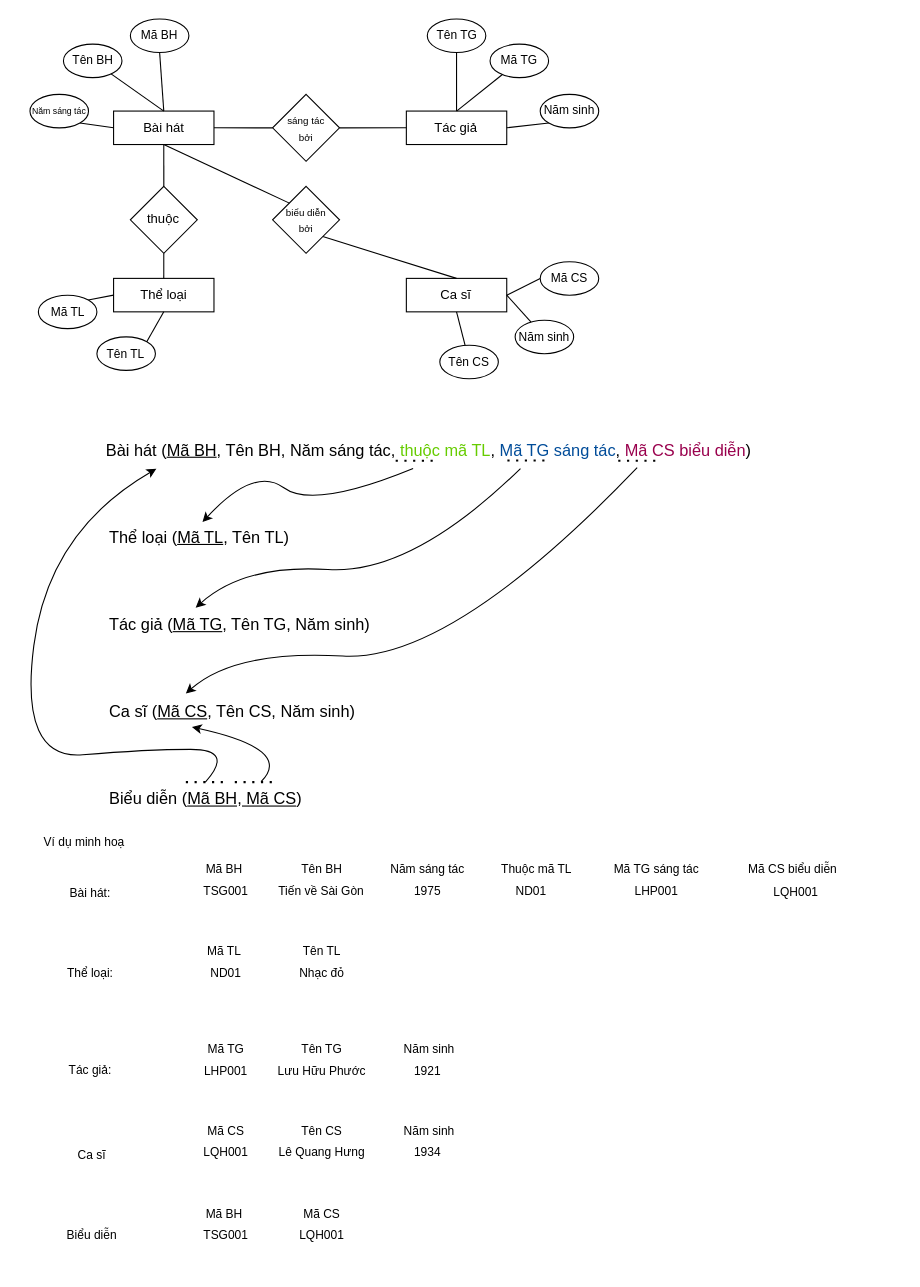
andytino/Documents-Database keeps this draw.io diagram as EXERCISES/MH_CSDL_QH.drawio. Above is the earlier version. Source tidied: cells renumbered, new cells numbered last; positions are measured from the earlier drawing's top-left corner, leaving out a move shared by most shapes. Both pictures are drawn from the tidied source at 109%, with x=0, y=0 at pixel (19, 19).
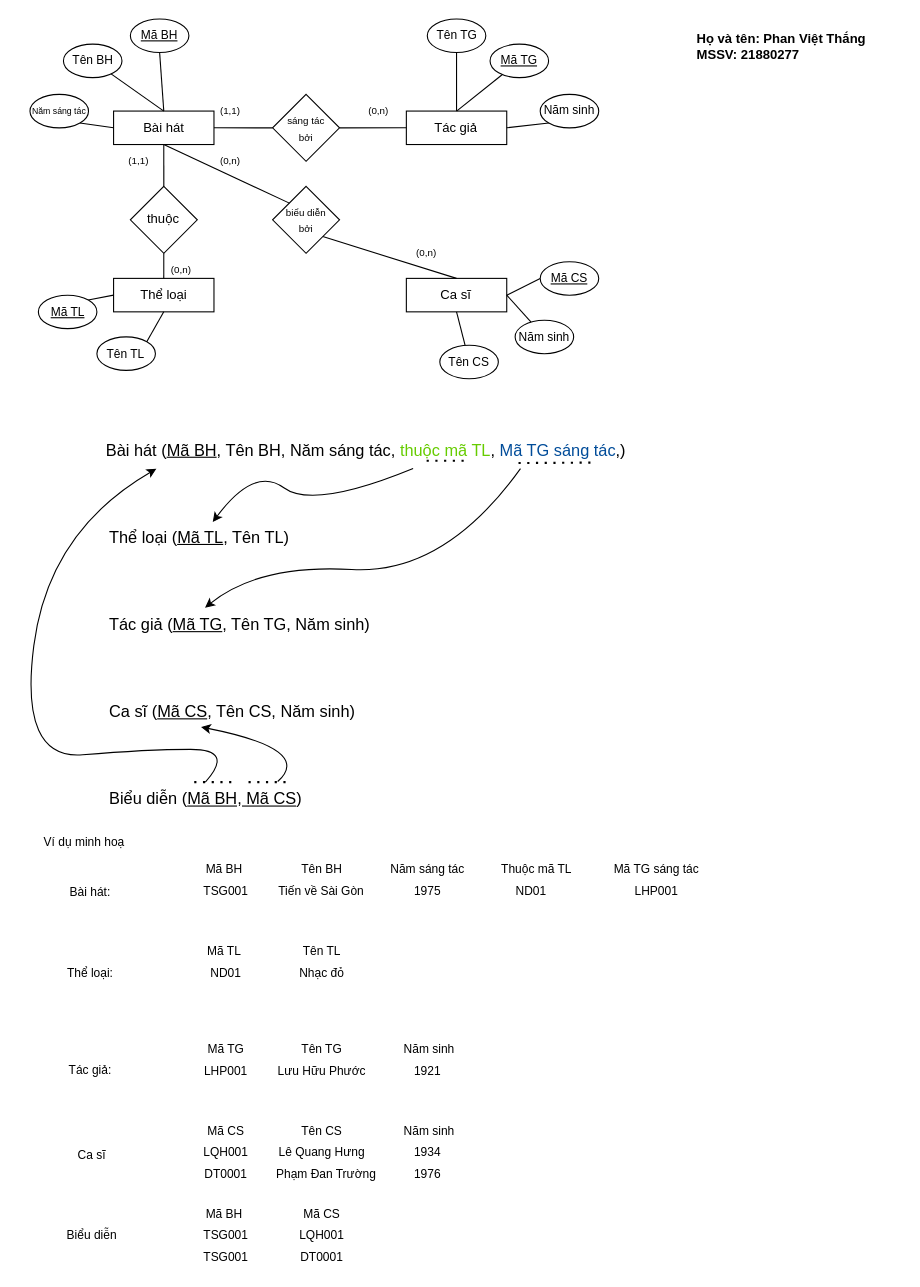
After the change.

Unchanged cells that the change refers to:
```xml
<mxCell id="2" style="group;" parent="1" vertex="1">
  <mxGeometry y="380" width="690" height="350" as="geometry" />
</mxCell>
<mxCell id="20" style="group;" parent="1" vertex="1">
  <mxGeometry x="10" width="521.9" height="330" as="geometry" />
</mxCell>
<mxCell id="56" style="group;" parent="1" vertex="1">
  <mxGeometry x="10" y="740" width="745" height="386" as="geometry" />
</mxCell>
```

Change to the diagram source:
```diff
@@
-    <mxCell id="3" value="Bài hát (&lt;u&gt;Mã BH&lt;/u&gt;, Tên BH, Năm sáng tác, &lt;font color=&quot;#66cc00&quot;&gt;thuộc mã TL&lt;/font&gt;, &lt;font color=&quot;#004c99&quot;&gt;Mã TG sáng tác&lt;/font&gt;, &lt;font color=&quot;#99004d&quot;&gt;Mã CS biểu diễn&lt;/font&gt;)" style="text;html=1;strokeColor=none;fillColor=none;align=left;verticalAlign=middle;whiteSpace=wrap;rounded=0;fontFamily=Helvetica;fontSize=15;fontColor=default;" parent="2" vertex="1">
+    <mxCell id="3" value="Bài hát (&lt;u&gt;Mã BH&lt;/u&gt;, Tên BH, Năm sáng tác, &lt;font color=&quot;#66cc00&quot;&gt;thuộc mã TL&lt;/font&gt;, &lt;font color=&quot;#004c99&quot;&gt;Mã TG sáng tác&lt;/font&gt;,)" style="text;html=1;strokeColor=none;fillColor=none;align=left;verticalAlign=middle;whiteSpace=wrap;rounded=0;fontFamily=Helvetica;fontSize=15;fontColor=default;" parent="2" vertex="1">
       <mxGeometry x="78.3" width="611.7" height="30" as="geometry" />
     </mxCell>
-    <mxCell id="4" style="group;" parent="2" vertex="1">
-      <mxGeometry y="25" width="585.6" height="325" as="geometry" />
-    </mxCell>
+    <mxCell id="19" style="curved=1;endArrow=classic;html=1;rounded=0;labelBackgroundColor=default;fontFamily=Helvetica;fontSize=15;fontColor=default;strokeColor=default;shape=connector;entryX=0.198;entryY=0.05;entryDx=0;entryDy=0;entryPerimeter=0;exitX=0.463;exitY=1.08;exitDx=0;exitDy=0;exitPerimeter=0;" parent="2" edge="1" source="3" target="7">
+      <mxGeometry relative="1" as="geometry">
+        <Array as="points">
+          <mxPoint x="269.9" y="70" />
+          <mxPoint x="215.9" y="30" />
+        </Array>
+      </mxGeometry>
+    </mxCell>
-    <mxCell id="5" style="curved=1;endArrow=classic;html=1;rounded=0;labelBackgroundColor=default;fontFamily=Helvetica;fontSize=15;fontColor=#99004D;strokeColor=default;shape=connector;entryX=0.078;entryY=1.083;entryDx=0;entryDy=0;entryPerimeter=0;" parent="4" edge="1" target="3">
+    <mxCell id="5" style="curved=1;endArrow=classic;html=1;rounded=0;labelBackgroundColor=default;fontFamily=Helvetica;fontSize=15;fontColor=#99004D;strokeColor=default;shape=connector;entryX=0.078;entryY=1.083;entryDx=0;entryDy=0;entryPerimeter=0;" parent="2" edge="1" target="3">
       <mxGeometry relative="1" as="geometry">
-        <mxPoint x="170.9" y="295" as="sourcePoint" />
+        <mxPoint x="170.9" y="320" as="sourcePoint" />
         <Array as="points">
-          <mxPoint x="197.9" y="265" />
-          <mxPoint x="116.9" y="265" />
-          <mxPoint y="275" />
-          <mxPoint x="27" y="65" />
+          <mxPoint x="197.9" y="290" />
+          <mxPoint x="116.9" y="290" />
+          <mxPoint y="300" />
+          <mxPoint x="27" y="90" />
         </Array>
       </mxGeometry>
     </mxCell>
-    <mxCell id="6" style="group;" parent="4" vertex="1">
-      <mxGeometry x="81" width="504.7" height="325" as="geometry" />
-    </mxCell>
-    <mxCell id="7" value="Thể loại (&lt;u&gt;Mã TL&lt;/u&gt;, Tên TL)" style="text;html=1;strokeColor=none;fillColor=none;align=left;verticalAlign=middle;whiteSpace=wrap;rounded=0;fontFamily=Helvetica;fontSize=15;fontColor=default;" parent="6" vertex="1">
-      <mxGeometry y="55" width="440.8" height="30" as="geometry" />
+    <mxCell id="7" value="Thể loại (&lt;u&gt;Mã TL&lt;/u&gt;, Tên TL)" style="text;html=1;strokeColor=none;fillColor=none;align=left;verticalAlign=middle;whiteSpace=wrap;rounded=0;fontFamily=Helvetica;fontSize=15;fontColor=default;" parent="2" vertex="1">
+      <mxGeometry x="81" y="80" width="488.3" height="30" as="geometry" />
     </mxCell>
-    <mxCell id="8" value="Tác giả (&lt;u&gt;Mã TG&lt;/u&gt;, Tên TG, Năm sinh)" style="text;html=1;strokeColor=none;fillColor=none;align=left;verticalAlign=middle;whiteSpace=wrap;rounded=0;fontFamily=Helvetica;fontSize=15;fontColor=default;" parent="6" vertex="1">
-      <mxGeometry y="135" width="440.8" height="30" as="geometry" />
+    <mxCell id="8" value="Tác giả (&lt;u&gt;Mã TG&lt;/u&gt;, Tên TG, Năm sinh)" style="text;html=1;strokeColor=none;fillColor=none;align=left;verticalAlign=middle;whiteSpace=wrap;rounded=0;fontFamily=Helvetica;fontSize=15;fontColor=default;" parent="2" vertex="1">
+      <mxGeometry x="81" y="160" width="488.3" height="30" as="geometry" />
     </mxCell>
-    <mxCell id="9" value="Ca sĩ (&lt;u&gt;Mã CS&lt;/u&gt;, Tên CS, Năm sinh)" style="text;html=1;strokeColor=none;fillColor=none;align=left;verticalAlign=middle;whiteSpace=wrap;rounded=0;fontFamily=Helvetica;fontSize=15;fontColor=default;" parent="6" vertex="1">
-      <mxGeometry y="215" width="440.8" height="30" as="geometry" />
+    <mxCell id="9" value="Ca sĩ (&lt;u&gt;Mã CS&lt;/u&gt;, Tên CS, Năm sinh)" style="text;html=1;strokeColor=none;fillColor=none;align=left;verticalAlign=middle;whiteSpace=wrap;rounded=0;fontFamily=Helvetica;fontSize=15;fontColor=default;" parent="2" vertex="1">
+      <mxGeometry x="81" y="240" width="488.3" height="30" as="geometry" />
     </mxCell>
-    <mxCell id="10" style="curved=1;endArrow=classic;html=1;rounded=0;labelBackgroundColor=default;fontFamily=Helvetica;fontSize=15;fontColor=default;strokeColor=default;shape=connector;entryX=0.646;entryY=1.083;entryDx=0;entryDy=0;entryPerimeter=0;exitX=0.624;exitY=1.08;exitDx=0;exitDy=0;exitPerimeter=0;" parent="6" edge="1" source="3">
+    <mxCell id="10" style="curved=1;endArrow=classic;html=1;rounded=0;labelBackgroundColor=default;fontFamily=Helvetica;fontSize=15;fontColor=default;strokeColor=default;shape=connector;entryX=0.646;entryY=1.083;entryDx=0;entryDy=0;entryPerimeter=0;exitX=0.624;exitY=1.08;exitDx=0;exitDy=0;exitPerimeter=0;" parent="2" edge="1" source="3">
       <mxGeometry relative="1" as="geometry">
-        <mxPoint x="81" y="135" as="targetPoint" />
+        <mxPoint x="170.6" y="160" as="targetPoint" />
         <Array as="points">
-          <mxPoint x="278.9" y="105" />
-          <mxPoint x="125.9" y="95" />
+          <mxPoint x="389.9" y="130" />
+          <mxPoint x="220.5" y="120" />
         </Array>
       </mxGeometry>
     </mxCell>
-    <mxCell id="11" style="curved=1;endArrow=classic;html=1;rounded=0;labelBackgroundColor=default;fontFamily=Helvetica;fontSize=15;fontColor=default;strokeColor=default;shape=connector;entryX=0.82;entryY=1.083;entryDx=0;entryDy=0;entryPerimeter=0;exitX=0.799;exitY=1.053;exitDx=0;exitDy=0;exitPerimeter=0;" parent="6" edge="1" source="3">
-      <mxGeometry relative="1" as="geometry">
-        <mxPoint x="72" y="213.8" as="targetPoint" />
-        <Array as="points">
-          <mxPoint x="314.9" y="185" />
-          <mxPoint x="117" y="173.8" />
-        </Array>
-      </mxGeometry>
-    </mxCell>
-    <mxCell id="12" value="Biểu diễn (&lt;u&gt;Mã BH, Mã CS&lt;/u&gt;)" style="text;html=1;strokeColor=none;fillColor=none;align=left;verticalAlign=middle;whiteSpace=wrap;rounded=0;fontFamily=Helvetica;fontSize=15;fontColor=default;" parent="6" vertex="1">
-      <mxGeometry y="295" width="440.8" height="30" as="geometry" />
+    <mxCell id="12" value="Biểu diễn (&lt;u&gt;Mã BH, Mã CS&lt;/u&gt;)" style="text;html=1;strokeColor=none;fillColor=none;align=left;verticalAlign=middle;whiteSpace=wrap;rounded=0;fontFamily=Helvetica;fontSize=15;fontColor=default;" parent="2" vertex="1">
+      <mxGeometry x="81" y="320" width="488.3" height="30" as="geometry" />
     </mxCell>
-    <mxCell id="13" style="curved=1;endArrow=classic;html=1;rounded=0;labelBackgroundColor=default;fontFamily=Helvetica;fontSize=15;fontColor=#99004D;strokeColor=default;shape=connector;entryX=0.176;entryY=0.983;entryDx=0;entryDy=0;entryPerimeter=0;exitX=0.32;exitY=-0.017;exitDx=0;exitDy=0;exitPerimeter=0;" parent="6" edge="1" source="12" target="9">
+    <mxCell id="13" style="curved=1;endArrow=classic;html=1;rounded=0;labelBackgroundColor=default;fontFamily=Helvetica;fontSize=15;fontColor=#99004D;strokeColor=default;shape=connector;entryX=0.176;entryY=0.983;entryDx=0;entryDy=0;entryPerimeter=0;exitX=0.32;exitY=-0.017;exitDx=0;exitDy=0;exitPerimeter=0;" parent="2" edge="1" source="12" target="9">
       <mxGeometry relative="1" as="geometry">
         <Array as="points">
-          <mxPoint x="170.9" y="265" />
+          <mxPoint x="270.3" y="290" />
         </Array>
       </mxGeometry>
     </mxCell>
-    <mxCell id="14" style="endArrow=none;dashed=1;html=1;dashPattern=1 3;strokeWidth=2;rounded=0;labelBackgroundColor=default;fontFamily=Helvetica;fontSize=15;fontColor=#99004D;shape=connector;" parent="6" edge="1">
+    <mxCell id="14" style="endArrow=none;dashed=1;html=1;dashPattern=1 3;strokeWidth=2;rounded=0;labelBackgroundColor=default;fontFamily=Helvetica;fontSize=15;fontColor=#99004D;shape=connector;" parent="2" edge="1">
       <mxGeometry relative="1" as="geometry">
-        <mxPoint x="72" y="295" as="sourcePoint" />
-        <mxPoint x="108" y="295" as="targetPoint" />
+        <mxPoint x="160.7" y="320" as="sourcePoint" />
+        <mxPoint x="200.5" y="320" as="targetPoint" />
       </mxGeometry>
     </mxCell>
-    <mxCell id="15" style="endArrow=none;dashed=1;html=1;dashPattern=1 3;strokeWidth=2;rounded=0;labelBackgroundColor=default;fontFamily=Helvetica;fontSize=15;fontColor=#99004D;shape=connector;" parent="6" edge="1">
+    <mxCell id="15" style="endArrow=none;dashed=1;html=1;dashPattern=1 3;strokeWidth=2;rounded=0;labelBackgroundColor=default;fontFamily=Helvetica;fontSize=15;fontColor=#99004D;shape=connector;" parent="2" edge="1">
       <mxGeometry relative="1" as="geometry">
-        <mxPoint x="116.9" y="295" as="sourcePoint" />
-        <mxPoint x="152.9" y="295" as="targetPoint" />
+        <mxPoint x="210.5" y="320" as="sourcePoint" />
+        <mxPoint x="250.4" y="320" as="targetPoint" />
       </mxGeometry>
     </mxCell>
-    <mxCell id="16" style="endArrow=none;dashed=1;html=1;dashPattern=1 3;strokeWidth=2;rounded=0;labelBackgroundColor=default;fontFamily=Helvetica;fontSize=15;fontColor=#99004D;shape=connector;" parent="6" edge="1">
+    <mxCell id="16" style="endArrow=none;dashed=1;html=1;dashPattern=1 3;strokeWidth=2;rounded=0;labelBackgroundColor=default;fontFamily=Helvetica;fontSize=15;fontColor=#99004D;shape=connector;" parent="2" edge="1">
       <mxGeometry relative="1" as="geometry">
-        <mxPoint x="264.5" y="0.2" as="sourcePoint" />
-        <mxPoint x="300.5" y="0.2" as="targetPoint" />
+        <mxPoint x="373.9" y="25.2" as="sourcePoint" />
+        <mxPoint x="413.8" y="25.2" as="targetPoint" />
       </mxGeometry>
     </mxCell>
-    <mxCell id="17" style="endArrow=none;dashed=1;html=1;dashPattern=1 3;strokeWidth=2;rounded=0;labelBackgroundColor=default;fontFamily=Helvetica;fontSize=15;fontColor=#99004D;shape=connector;" parent="6" edge="1">
+    <mxCell id="17" style="endArrow=none;dashed=1;html=1;dashPattern=1 3;strokeWidth=2;rounded=0;labelBackgroundColor=default;fontFamily=Helvetica;fontSize=15;fontColor=#99004D;shape=connector;exitX=0.621;exitY=1.01;exitDx=0;exitDy=0;exitPerimeter=0;entryX=0.734;entryY=0.998;entryDx=0;entryDy=0;entryPerimeter=0;" parent="2" edge="1">
       <mxGeometry relative="1" as="geometry">
-        <mxPoint x="367" as="sourcePoint" />
-        <mxPoint x="403" as="targetPoint" />
+        <mxPoint x="458.2" y="27.3" as="sourcePoint" />
+        <mxPoint x="527.3" y="26.9" as="targetPoint" />
       </mxGeometry>
     </mxCell>
-    <mxCell id="18" style="endArrow=none;dashed=1;html=1;dashPattern=1 3;strokeWidth=2;rounded=0;labelBackgroundColor=default;fontFamily=Helvetica;fontSize=15;fontColor=#99004D;shape=connector;" parent="6" edge="1">
-      <mxGeometry relative="1" as="geometry">
-        <mxPoint x="468.7" y="0.2" as="sourcePoint" />
-        <mxPoint x="504.7" y="0.2" as="targetPoint" />
-      </mxGeometry>
-    </mxCell>
-    <mxCell id="19" style="curved=1;endArrow=classic;html=1;rounded=0;labelBackgroundColor=default;fontFamily=Helvetica;fontSize=15;fontColor=default;strokeColor=default;shape=connector;entryX=0.198;entryY=0.05;entryDx=0;entryDy=0;entryPerimeter=0;exitX=0.463;exitY=1.08;exitDx=0;exitDy=0;exitPerimeter=0;" parent="2" edge="1" source="3" target="7">
-      <mxGeometry relative="1" as="geometry">
-        <Array as="points">
-          <mxPoint x="269.9" y="70" />
-          <mxPoint x="215.9" y="30" />
-        </Array>
-      </mxGeometry>
-    </mxCell>
@@
-    <mxCell id="37" value="Mã BH" style="ellipse;whiteSpace=wrap;html=1;fontFamily=Helvetica;fontSize=11;fontColor=default;" parent="20" vertex="1">
+    <mxCell id="37" value="&lt;u&gt;Mã BH&lt;/u&gt;" style="ellipse;whiteSpace=wrap;html=1;fontFamily=Helvetica;fontSize=11;fontColor=default;" parent="20" vertex="1">
       <mxGeometry x="92.1" width="53.7" height="30.7" as="geometry" />
     </mxCell>
@@
-    <mxCell id="43" value="Mã TL" style="ellipse;whiteSpace=wrap;html=1;fontFamily=Helvetica;fontSize=11;fontColor=default;" parent="20" vertex="1">
+    <mxCell id="43" value="&lt;u&gt;Mã TL&lt;/u&gt;" style="ellipse;whiteSpace=wrap;html=1;fontFamily=Helvetica;fontSize=11;fontColor=default;" parent="20" vertex="1">
       <mxGeometry x="7.7" y="253.3" width="53.7" height="30.7" as="geometry" />
     </mxCell>
@@
-    <mxCell id="47" value="Mã TG" style="ellipse;whiteSpace=wrap;html=1;fontFamily=Helvetica;fontSize=11;fontColor=default;" parent="20" vertex="1">
+    <mxCell id="47" value="&lt;u&gt;Mã TG&lt;/u&gt;" style="ellipse;whiteSpace=wrap;html=1;fontFamily=Helvetica;fontSize=11;fontColor=default;" parent="20" vertex="1">
       <mxGeometry x="422.1" y="23" width="53.7" height="30.7" as="geometry" />
     </mxCell>
@@
-    <mxCell id="55" value="Mã CS" style="ellipse;whiteSpace=wrap;html=1;fontFamily=Helvetica;fontSize=11;fontColor=default;" parent="20" vertex="1">
+    <mxCell id="55" value="&lt;u&gt;Mã CS&lt;/u&gt;" style="ellipse;whiteSpace=wrap;html=1;fontFamily=Helvetica;fontSize=11;fontColor=default;" parent="20" vertex="1">
       <mxGeometry x="468.1" y="222.6" width="53.7" height="30.7" as="geometry" />
     </mxCell>
+    <mxCell id="95" value="(1,1)" style="text;html=1;strokeColor=none;fillColor=none;align=center;verticalAlign=middle;whiteSpace=wrap;rounded=0;fontFamily=Helvetica;fontSize=9;fontColor=#000000;" parent="20" vertex="1">
+      <mxGeometry x="70" y="115.1" width="60" height="30" as="geometry" />
+    </mxCell>
+    <mxCell id="96" value="(1,1)" style="text;html=1;strokeColor=none;fillColor=none;align=center;verticalAlign=middle;whiteSpace=wrap;rounded=0;fontFamily=Helvetica;fontSize=9;fontColor=#000000;" parent="20" vertex="1">
+      <mxGeometry x="153.5" y="69.8" width="60" height="30" as="geometry" />
+    </mxCell>
+    <mxCell id="97" value="(0,n)" style="text;html=1;strokeColor=none;fillColor=none;align=center;verticalAlign=middle;whiteSpace=wrap;rounded=0;fontFamily=Helvetica;fontSize=9;fontColor=#000000;" parent="20" vertex="1">
+      <mxGeometry x="290" y="69.8" width="60" height="30" as="geometry" />
+    </mxCell>
+    <mxCell id="98" value="(0,n)" style="text;html=1;strokeColor=none;fillColor=none;align=center;verticalAlign=middle;whiteSpace=wrap;rounded=0;fontFamily=Helvetica;fontSize=9;fontColor=#000000;" parent="20" vertex="1">
+      <mxGeometry x="334" y="200" width="60" height="30" as="geometry" />
+    </mxCell>
+    <mxCell id="99" value="(0,n)" style="text;html=1;strokeColor=none;fillColor=none;align=center;verticalAlign=middle;whiteSpace=wrap;rounded=0;fontFamily=Helvetica;fontSize=9;fontColor=#000000;" parent="20" vertex="1">
+      <mxGeometry x="153.5" y="115.1" width="60" height="30" as="geometry" />
+    </mxCell>
+    <mxCell id="100" value="(0,n)" style="text;html=1;strokeColor=none;fillColor=none;align=center;verticalAlign=middle;whiteSpace=wrap;rounded=0;fontFamily=Helvetica;fontSize=9;fontColor=#000000;" parent="20" vertex="1">
+      <mxGeometry x="108.8" y="214.9" width="60" height="30" as="geometry" />
+    </mxCell>
@@
     <mxCell id="58" value="Bài hát:&amp;nbsp;" style="text;html=1;strokeColor=none;fillColor=none;align=center;verticalAlign=middle;whiteSpace=wrap;rounded=0;fontFamily=Helvetica;fontSize=11;fontColor=#000000;" parent="56" vertex="1">
-      <mxGeometry x="7" y="47" width="100" height="30" as="geometry" />
+      <mxGeometry x="7" y="46" width="100" height="30" as="geometry" />
     </mxCell>
@@
-    <mxCell id="64" value="Mã CS biểu diễn" style="text;html=1;strokeColor=none;fillColor=none;align=center;verticalAlign=middle;whiteSpace=wrap;rounded=0;fontFamily=Helvetica;fontSize=11;fontColor=#000000;" parent="56" vertex="1">
-      <mxGeometry x="655" y="30" width="90" height="20" as="geometry" />
-    </mxCell>
@@
-    <mxCell id="89" value="LQH001" style="text;html=1;strokeColor=none;fillColor=none;align=center;verticalAlign=middle;whiteSpace=wrap;rounded=0;fontFamily=Helvetica;fontSize=11;fontColor=#000000;" parent="56" vertex="1">
-      <mxGeometry x="663" y="51" width="80" height="20" as="geometry" />
-    </mxCell>
@@
+    <mxCell id="101" value="DT0001" style="text;html=1;strokeColor=none;fillColor=none;align=center;verticalAlign=middle;whiteSpace=wrap;rounded=0;fontFamily=Helvetica;fontSize=11;fontColor=#000000;" parent="56" vertex="1">
+      <mxGeometry x="140" y="310" width="80" height="20" as="geometry" />
+    </mxCell>
+    <mxCell id="102" value="Phạm Đan Trường" style="text;html=1;strokeColor=none;fillColor=none;align=center;verticalAlign=middle;whiteSpace=wrap;rounded=0;fontFamily=Helvetica;fontSize=11;fontColor=#000000;" parent="56" vertex="1">
+      <mxGeometry x="222.5" y="310" width="97.5" height="20" as="geometry" />
+    </mxCell>
+    <mxCell id="103" value="1976" style="text;html=1;strokeColor=none;fillColor=none;align=center;verticalAlign=middle;whiteSpace=wrap;rounded=0;fontFamily=Helvetica;fontSize=11;fontColor=#000000;" parent="56" vertex="1">
+      <mxGeometry x="320" y="310" width="90" height="20" as="geometry" />
+    </mxCell>
+    <mxCell id="104" value="&lt;div style=&quot;&quot;&gt;&lt;span style=&quot;background-color: initial;&quot;&gt;Họ và tên: Phan Việt Thắng&lt;/span&gt;&lt;/div&gt;MSSV: 21880277" style="text;html=1;strokeColor=none;fillColor=none;align=left;verticalAlign=middle;whiteSpace=wrap;rounded=0;fontFamily=Helvetica;fontSize=12;fontColor=default;spacingTop=0;fontStyle=1;" parent="1" vertex="1">
+      <mxGeometry x="620" y="10" width="190" height="30" as="geometry" />
+    </mxCell>
+    <mxCell id="105" value="DT0001" style="text;html=1;strokeColor=none;fillColor=none;align=center;verticalAlign=middle;whiteSpace=wrap;rounded=0;fontFamily=Helvetica;fontSize=11;fontColor=#000000;" parent="1" vertex="1">
+      <mxGeometry x="237.5" y="1126" width="80" height="20" as="geometry" />
+    </mxCell>
+    <mxCell id="106" value="TSG001" style="text;html=1;strokeColor=none;fillColor=none;align=center;verticalAlign=middle;whiteSpace=wrap;rounded=0;fontFamily=Helvetica;fontSize=11;fontColor=#000000;" parent="1" vertex="1">
+      <mxGeometry x="160" y="1126" width="60" height="20" as="geometry" />
+    </mxCell>
```
